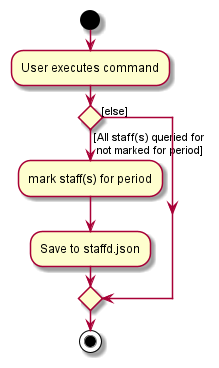
The PlantUML diagram docs/images/MarkActivityDiagram.png in nus-cs2103-AY2122S1/tp, before a commit.
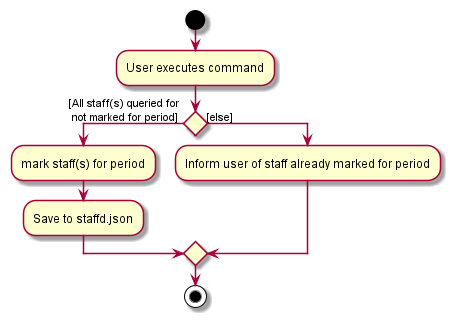
After the change.

Commit message:
Add more activity diagrams for mark

What changed in the source:
```diff
@@ -7,6 +7,7 @@
     :mark staff(s) for period;
     :Save to staffd.json;
 else ([else])
+    :Inform user of staff already marked for period;
 endif
 stop
 @enduml
```
